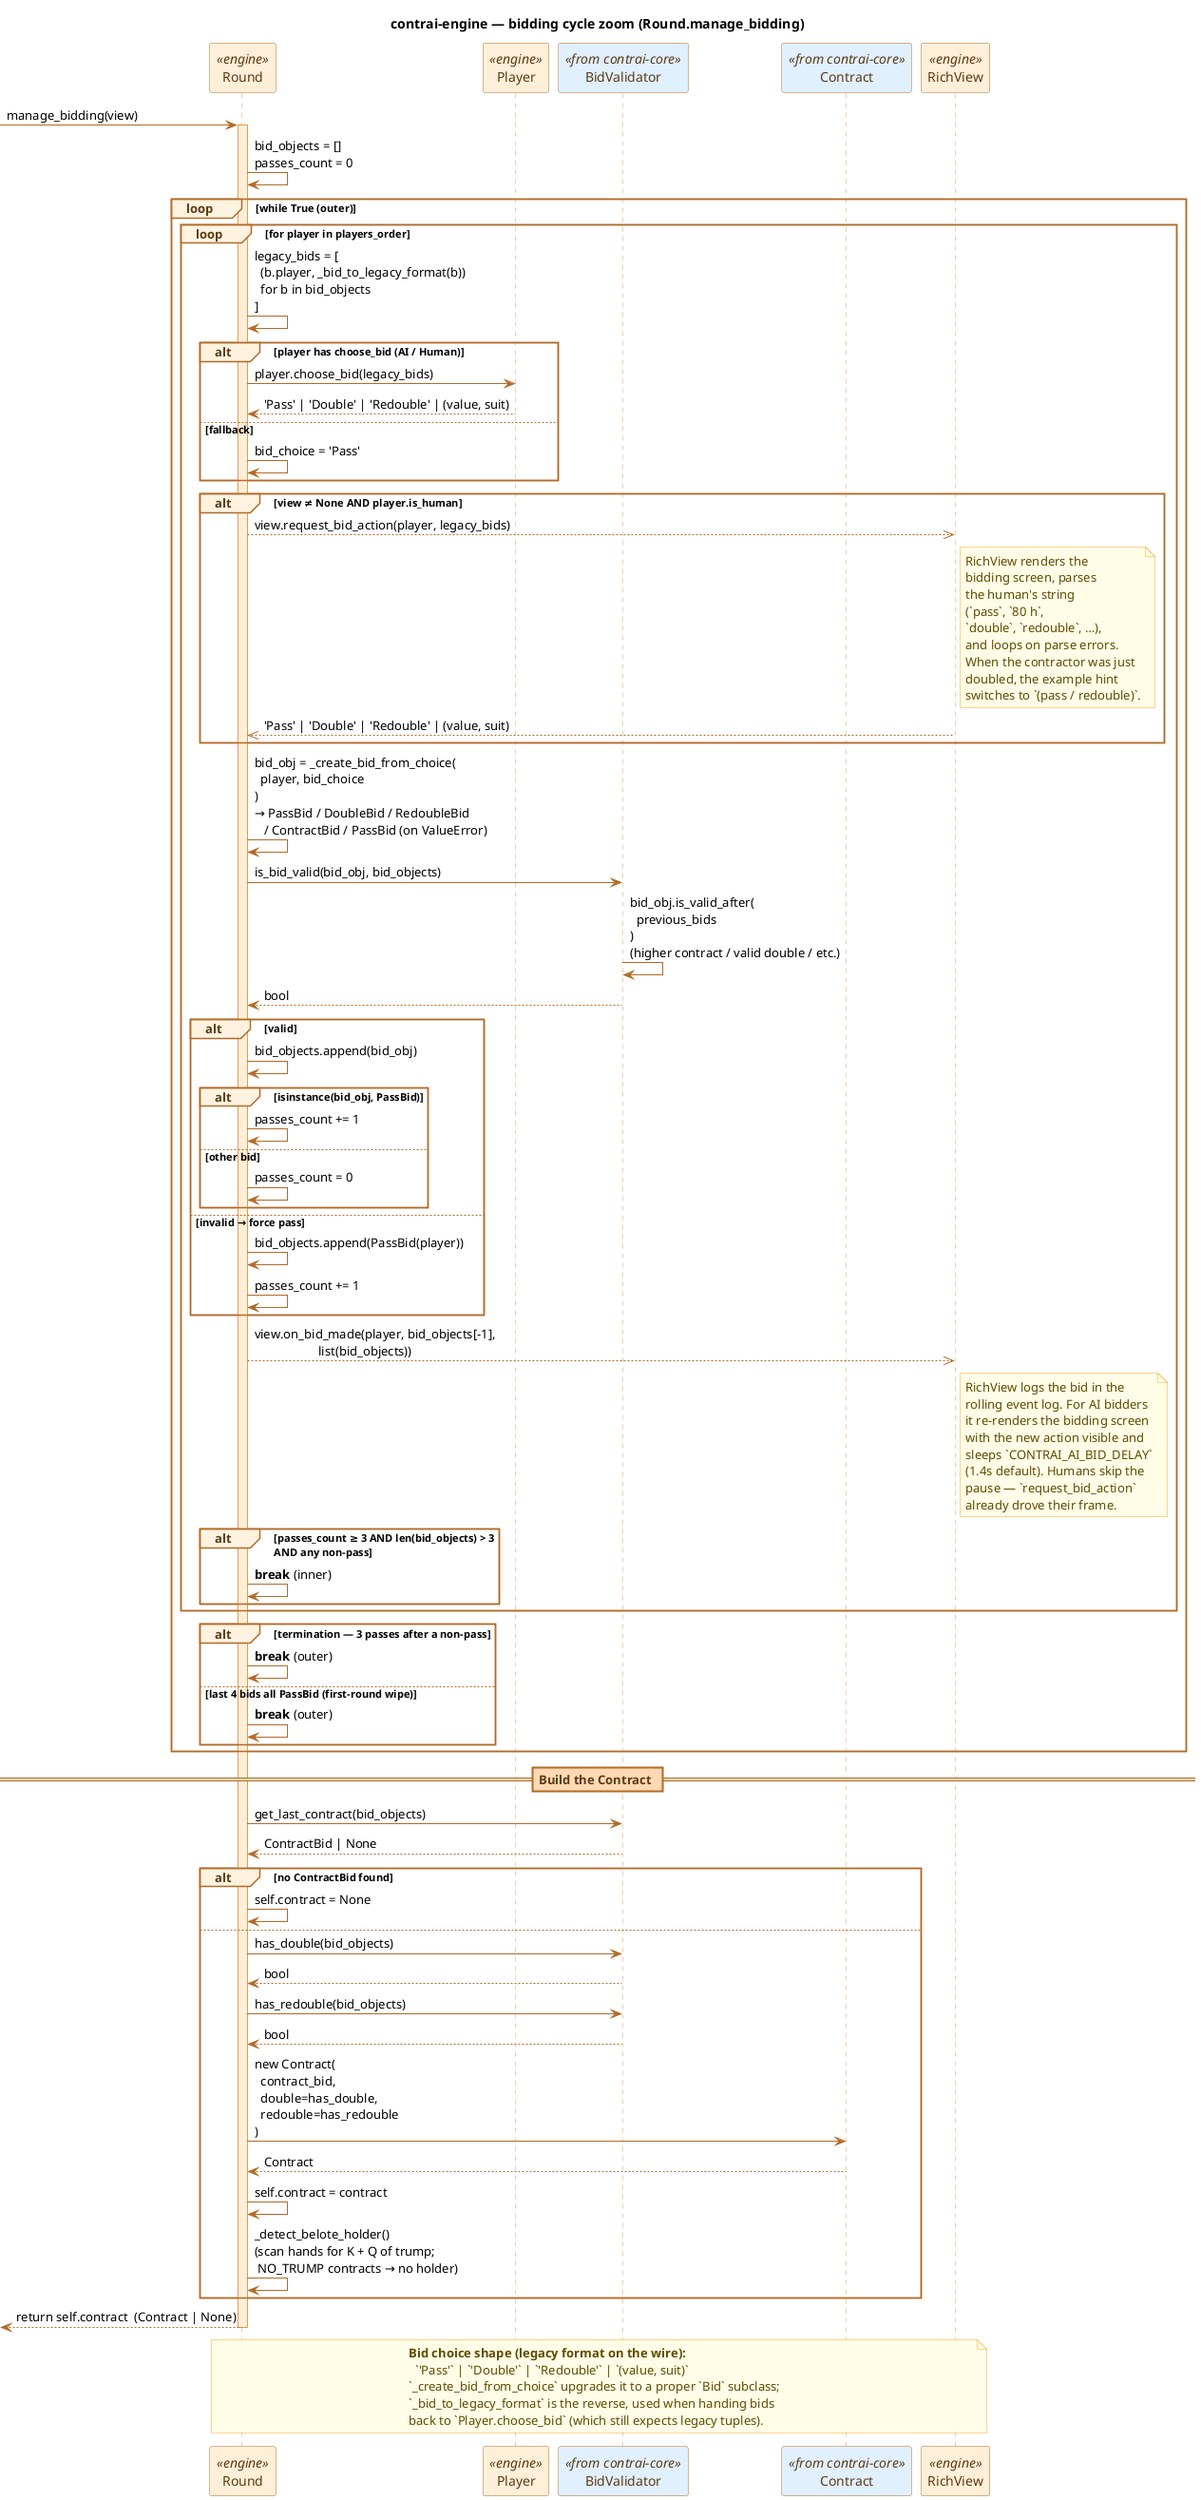
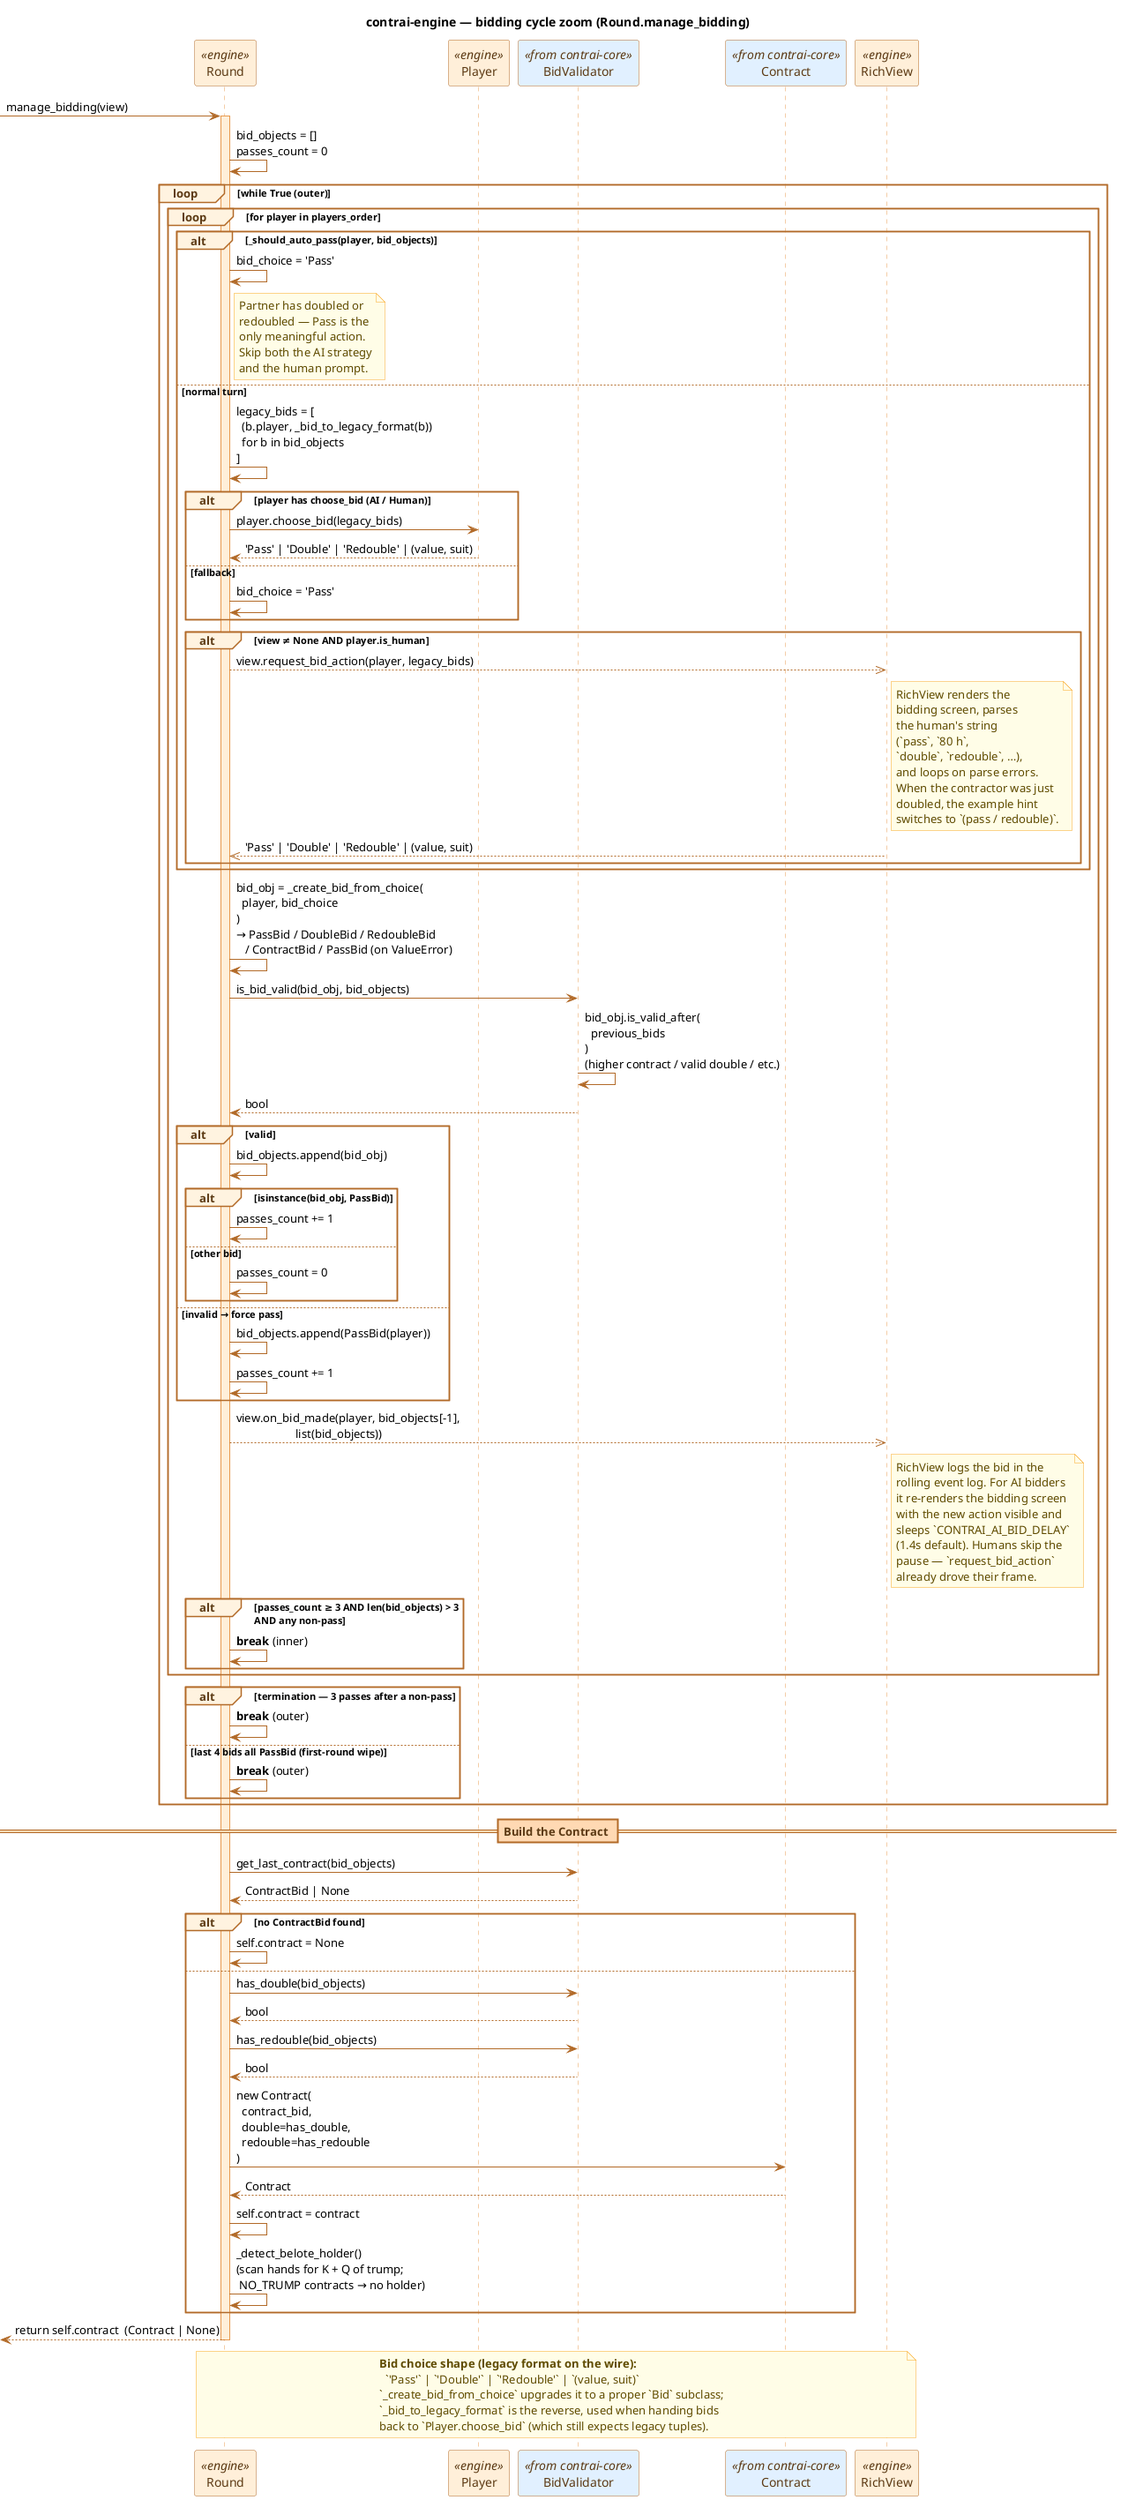
@startuml seq_bidding
title contrai-engine — bidding cycle zoom (Round.manage_bidding)

' --- Palette: engine orange, grey for stub paths, blue for core types ---
skinparam shadowing false
skinparam sequence {
    ArrowColor #B26A28
    LifeLineBorderColor #E89A4F
    LifeLineBackgroundColor #FFEFD9
    ParticipantBorderColor #B26A28
    ParticipantBackgroundColor #FFEFD9
    ParticipantFontColor #5C3A14
    ActorBorderColor #B26A28
    ActorBackgroundColor #FFEFD9
    ActorFontColor #5C3A14
    GroupBorderColor #B26A28
    GroupBackgroundColor #FFF3E0
    GroupHeaderFontColor #5C3A14
    BoxBorderColor #B26A28
    BoxBackgroundColor #FFF3E0
    DividerBorderColor #B26A28
    DividerBackgroundColor #FFD9B3
    DividerFontColor #5C3A14
}
skinparam note {
    BackgroundColor #FFFDE7
    BorderColor #F9A825
    FontColor #5F4B00
}

participant "Round" as R <<engine>>
participant "Player" as P <<engine>>
participant "BidValidator" as BV <<from contrai-core>> #E1F0FF
participant "Contract" as CT <<from contrai-core>> #E1F0FF
participant "RichView" as V <<engine>>

[-> R : manage_bidding(view)
activate R

R -> R : bid_objects = []\npasses_count = 0

loop **while True** (outer)

    loop **for player in players_order**

-         R -> R : legacy_bids = [\n  (b.player, _bid_to_legacy_format(b))\n  for b in bid_objects\n]
+         alt _should_auto_pass(player, bid_objects)
+             R -> R : bid_choice = 'Pass'
+             note right of R
+               Partner has doubled or
+               redoubled — Pass is the
+               only meaningful action.
+               Skip both the AI strategy
+               and the human prompt.
+             end note
+         else normal turn
+             R -> R : legacy_bids = [\n  (b.player, _bid_to_legacy_format(b))\n  for b in bid_objects\n]

-         alt player has choose_bid (AI / Human)
-             R -> P : player.choose_bid(legacy_bids)
-             P --> R : 'Pass' | 'Double' | 'Redouble' | (value, suit)
-         else fallback
-             R -> R : bid_choice = 'Pass'
-         end
+             alt player has choose_bid (AI / Human)
+                 R -> P : player.choose_bid(legacy_bids)
+                 P --> R : 'Pass' | 'Double' | 'Redouble' | (value, suit)
+             else fallback
+                 R -> R : bid_choice = 'Pass'
+             end

-         alt view ≠ None AND player.is_human
-             R -->> V : view.request_bid_action(player, legacy_bids)
-             note right of V
-               RichView renders the
-               bidding screen, parses
-               the human's string
-               (`pass`, `80 h`,
-               `double`, `redouble`, …),
-               and loops on parse errors.
-               When the contractor was just
-               doubled, the example hint
-               switches to `(pass / redouble)`.
-             end note
-             V -->> R : 'Pass' | 'Double' | 'Redouble' | (value, suit)
+             alt view ≠ None AND player.is_human
+                 R -->> V : view.request_bid_action(player, legacy_bids)
+                 note right of V
+                   RichView renders the
+                   bidding screen, parses
+                   the human's string
+                   (`pass`, `80 h`,
+                   `double`, `redouble`, …),
+                   and loops on parse errors.
+                   When the contractor was just
+                   doubled, the example hint
+                   switches to `(pass / redouble)`.
+                 end note
+                 V -->> R : 'Pass' | 'Double' | 'Redouble' | (value, suit)
+             end
        end

        R -> R : bid_obj = _create_bid_from_choice(\n  player, bid_choice\n)\n→ PassBid / DoubleBid / RedoubleBid\n   / ContractBid / PassBid (on ValueError)

        R -> BV : is_bid_valid(bid_obj, bid_objects)
        BV -> BV : bid_obj.is_valid_after(\n  previous_bids\n)\n(higher contract / valid double / etc.)
        BV --> R : bool

        alt valid
            R -> R : bid_objects.append(bid_obj)
            alt isinstance(bid_obj, PassBid)
                R -> R : passes_count += 1
            else other bid
                R -> R : passes_count = 0
            end
        else invalid → force pass
            R -> R : bid_objects.append(PassBid(player))
            R -> R : passes_count += 1
        end

        R -->> V : view.on_bid_made(player, bid_objects[-1],\n                    list(bid_objects))
        note right of V
          RichView logs the bid in the
          rolling event log. For AI bidders
          it re-renders the bidding screen
          with the new action visible and
          sleeps `CONTRAI_AI_BID_DELAY`
          (1.4s default). Humans skip the
          pause — `request_bid_action`
          already drove their frame.
        end note

        alt passes_count ≥ 3 AND len(bid_objects) > 3\nAND any non-pass
            R -> R : **break** (inner)
        end

    end

    alt termination — 3 passes after a non-pass
        R -> R : **break** (outer)
    else last 4 bids all PassBid (first-round wipe)
        R -> R : **break** (outer)
    end

end

== Build the Contract ==

R -> BV : get_last_contract(bid_objects)
BV --> R : ContractBid | None

alt no ContractBid found
    R -> R : self.contract = None
else
    R -> BV : has_double(bid_objects)
    BV --> R : bool
    R -> BV : has_redouble(bid_objects)
    BV --> R : bool
    R -> CT : new Contract(\n  contract_bid,\n  double=has_double,\n  redouble=has_redouble\n)
    CT --> R : Contract
    R -> R : self.contract = contract
    R -> R : _detect_belote_holder()\n(scan hands for K + Q of trump;\n NO_TRUMP contracts → no holder)
end

[<-- R : return self.contract  (Contract | None)
deactivate R

note over R, V
  **Bid choice shape (legacy format on the wire):**
    `'Pass'` | `'Double'` | `'Redouble'` | `(value, suit)`
  `_create_bid_from_choice` upgrades it to a proper `Bid` subclass;
  `_bid_to_legacy_format` is the reverse, used when handing bids
  back to `Player.choose_bid` (which still expects legacy tuples).
end note

@enduml
